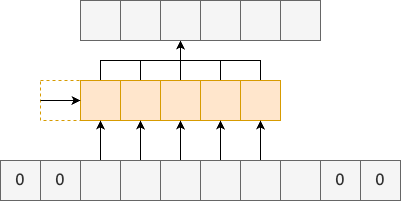
This is figure/sec3/conv2.drawio.png from kyushusouth/master_thesis, a draw.io export, as it was before one commit. Source tidied: cells renumbered, new cells last; positions are measured from the earlier drawing's top-left corner, leaving out a move shared by most shapes. Source of this version:
```xml
<mxGraphModel>
  <root>
    <mxCell id="0" />
    <mxCell id="1" parent="0" />
    <mxCell id="2" style="edgeStyle=orthogonalEdgeStyle;rounded=0;jettySize=auto;html=1;exitX=0.5;exitY=0;exitDx=0;exitDy=0;entryX=0.5;entryY=1;entryDx=0;entryDy=0;" parent="1" edge="1" source="3" target="14">
      <mxGeometry relative="1" as="geometry" />
    </mxCell>
    <mxCell id="3" style="whiteSpace=wrap;html=1;fillColor=#ffe6cc;strokeColor=#d79b00;" parent="1" vertex="1">
      <mxGeometry x="80" y="80" width="40" height="40" as="geometry" />
    </mxCell>
    <mxCell id="4" style="edgeStyle=orthogonalEdgeStyle;rounded=0;jettySize=auto;html=1;exitX=0.5;exitY=0;exitDx=0;exitDy=0;entryX=0.5;entryY=1;entryDx=0;entryDy=0;" parent="1" edge="1" source="5" target="14">
      <mxGeometry relative="1" as="geometry" />
    </mxCell>
    <mxCell id="5" style="whiteSpace=wrap;html=1;fillColor=#ffe6cc;strokeColor=#d79b00;" parent="1" vertex="1">
      <mxGeometry x="120" y="80" width="40" height="40" as="geometry" />
    </mxCell>
    <mxCell id="6" style="edgeStyle=orthogonalEdgeStyle;rounded=0;jettySize=auto;html=1;exitX=0.5;exitY=0;exitDx=0;exitDy=0;entryX=0.5;entryY=1;entryDx=0;entryDy=0;" parent="1" edge="1" source="7" target="14">
      <mxGeometry relative="1" as="geometry" />
    </mxCell>
    <mxCell id="7" style="whiteSpace=wrap;html=1;fillColor=#ffe6cc;strokeColor=#d79b00;" parent="1" vertex="1">
      <mxGeometry x="160" y="80" width="40" height="40" as="geometry" />
    </mxCell>
    <mxCell id="8" style="edgeStyle=orthogonalEdgeStyle;rounded=0;jettySize=auto;html=1;exitX=0.5;exitY=0;exitDx=0;exitDy=0;entryX=0.5;entryY=1;entryDx=0;entryDy=0;" parent="1" edge="1" source="9" target="14">
      <mxGeometry relative="1" as="geometry" />
    </mxCell>
    <mxCell id="9" style="whiteSpace=wrap;html=1;fillColor=#ffe6cc;strokeColor=#d79b00;" parent="1" vertex="1">
      <mxGeometry x="200" y="80" width="40" height="40" as="geometry" />
    </mxCell>
    <mxCell id="10" style="edgeStyle=orthogonalEdgeStyle;rounded=0;jettySize=auto;html=1;exitX=0.5;exitY=0;exitDx=0;exitDy=0;entryX=0.5;entryY=1;entryDx=0;entryDy=0;" parent="1" edge="1" source="11" target="14">
      <mxGeometry relative="1" as="geometry" />
    </mxCell>
    <mxCell id="11" style="whiteSpace=wrap;html=1;fillColor=#ffe6cc;strokeColor=#d79b00;" parent="1" vertex="1">
      <mxGeometry x="240" y="80" width="40" height="40" as="geometry" />
    </mxCell>
    <mxCell id="12" style="whiteSpace=wrap;html=1;fillColor=#f5f5f5;fontColor=#333333;strokeColor=#666666;" parent="1" vertex="1">
      <mxGeometry x="80" width="40" height="40" as="geometry" />
    </mxCell>
    <mxCell id="13" style="whiteSpace=wrap;html=1;fillColor=#f5f5f5;fontColor=#333333;strokeColor=#666666;" parent="1" vertex="1">
      <mxGeometry x="120" width="40" height="40" as="geometry" />
    </mxCell>
    <mxCell id="14" style="whiteSpace=wrap;html=1;fillColor=#f5f5f5;fontColor=#333333;strokeColor=#666666;" parent="1" vertex="1">
      <mxGeometry x="160" width="40" height="40" as="geometry" />
    </mxCell>
    <mxCell id="15" style="whiteSpace=wrap;html=1;fillColor=#f5f5f5;fontColor=#333333;strokeColor=#666666;" parent="1" vertex="1">
      <mxGeometry x="200" width="40" height="40" as="geometry" />
    </mxCell>
    <mxCell id="16" style="whiteSpace=wrap;html=1;fillColor=#f5f5f5;fontColor=#333333;strokeColor=#666666;" parent="1" vertex="1">
      <mxGeometry x="240" width="40" height="40" as="geometry" />
    </mxCell>
    <mxCell id="17" style="whiteSpace=wrap;html=1;fillColor=#f5f5f5;fontColor=#333333;strokeColor=#666666;" parent="1" vertex="1">
      <mxGeometry x="280" width="40" height="40" as="geometry" />
    </mxCell>
    <mxCell id="18" style="edgeStyle=orthogonalEdgeStyle;rounded=0;jettySize=auto;html=1;exitX=0.5;exitY=0;exitDx=0;exitDy=0;entryX=0.5;entryY=1;entryDx=0;entryDy=0;" parent="1" edge="1" source="19" target="3">
      <mxGeometry relative="1" as="geometry" />
    </mxCell>
    <mxCell id="19" style="whiteSpace=wrap;html=1;fillColor=#f5f5f5;fontColor=#333333;strokeColor=#666666;" parent="1" vertex="1">
      <mxGeometry x="80" y="160" width="40" height="40" as="geometry" />
    </mxCell>
    <mxCell id="20" style="edgeStyle=orthogonalEdgeStyle;rounded=0;jettySize=auto;html=1;exitX=0.5;exitY=0;exitDx=0;exitDy=0;entryX=0.5;entryY=1;entryDx=0;entryDy=0;" parent="1" edge="1" source="21" target="5">
      <mxGeometry relative="1" as="geometry" />
    </mxCell>
    <mxCell id="21" style="whiteSpace=wrap;html=1;fillColor=#f5f5f5;fontColor=#333333;strokeColor=#666666;" parent="1" vertex="1">
      <mxGeometry x="120" y="160" width="40" height="40" as="geometry" />
    </mxCell>
    <mxCell id="22" style="edgeStyle=orthogonalEdgeStyle;rounded=0;jettySize=auto;html=1;exitX=0.5;exitY=0;exitDx=0;exitDy=0;entryX=0.5;entryY=1;entryDx=0;entryDy=0;" parent="1" edge="1" source="23" target="7">
      <mxGeometry relative="1" as="geometry" />
    </mxCell>
    <mxCell id="23" style="whiteSpace=wrap;html=1;fillColor=#f5f5f5;fontColor=#333333;strokeColor=#666666;" parent="1" vertex="1">
      <mxGeometry x="160" y="160" width="40" height="40" as="geometry" />
    </mxCell>
    <mxCell id="24" style="edgeStyle=orthogonalEdgeStyle;rounded=0;jettySize=auto;html=1;exitX=0.5;exitY=0;exitDx=0;exitDy=0;entryX=0.5;entryY=1;entryDx=0;entryDy=0;" parent="1" edge="1" source="25" target="9">
      <mxGeometry relative="1" as="geometry" />
    </mxCell>
    <mxCell id="25" style="whiteSpace=wrap;html=1;fillColor=#f5f5f5;fontColor=#333333;strokeColor=#666666;" parent="1" vertex="1">
      <mxGeometry x="200" y="160" width="40" height="40" as="geometry" />
    </mxCell>
    <mxCell id="26" style="edgeStyle=orthogonalEdgeStyle;rounded=0;jettySize=auto;html=1;exitX=0.5;exitY=0;exitDx=0;exitDy=0;entryX=0.5;entryY=1;entryDx=0;entryDy=0;" parent="1" edge="1" source="27" target="11">
      <mxGeometry relative="1" as="geometry" />
    </mxCell>
    <mxCell id="27" style="whiteSpace=wrap;html=1;fillColor=#f5f5f5;fontColor=#333333;strokeColor=#666666;" parent="1" vertex="1">
      <mxGeometry x="240" y="160" width="40" height="40" as="geometry" />
    </mxCell>
    <mxCell id="28" style="whiteSpace=wrap;html=1;fillColor=#f5f5f5;fontColor=#333333;strokeColor=#666666;" parent="1" vertex="1">
      <mxGeometry x="280" y="160" width="40" height="40" as="geometry" />
    </mxCell>
    <mxCell id="29" value="0" style="whiteSpace=wrap;html=1;fillColor=#f5f5f5;fontColor=#333333;strokeColor=#666666;fontSize=16;" parent="1" vertex="1">
      <mxGeometry x="40" y="160" width="40" height="40" as="geometry" />
    </mxCell>
    <mxCell id="30" value="0" style="whiteSpace=wrap;html=1;fillColor=#f5f5f5;fontColor=#333333;strokeColor=#666666;fontSize=16;" parent="1" vertex="1">
      <mxGeometry y="160" width="40" height="40" as="geometry" />
    </mxCell>
    <mxCell id="31" value="0" style="whiteSpace=wrap;html=1;fillColor=#f5f5f5;fontColor=#333333;strokeColor=#666666;fontSize=16;" parent="1" vertex="1">
      <mxGeometry x="360" y="160" width="40" height="40" as="geometry" />
    </mxCell>
    <mxCell id="32" value="0" style="whiteSpace=wrap;html=1;fillColor=#f5f5f5;fontColor=#333333;strokeColor=#666666;fontSize=16;" parent="1" vertex="1">
      <mxGeometry x="320" y="160" width="40" height="40" as="geometry" />
    </mxCell>
    <mxCell id="33" style="whiteSpace=wrap;html=1;dashed=1;fillColor=none;strokeColor=#d79b00;" parent="1" vertex="1">
      <mxGeometry x="40" y="80" width="40" height="40" as="geometry" />
    </mxCell>
    <mxCell id="34" style="endArrow=classic;html=1;rounded=0;exitX=0;exitY=0.5;exitDx=0;exitDy=0;entryX=0;entryY=0.5;entryDx=0;entryDy=0;" parent="1" edge="1" source="33">
      <mxGeometry relative="1" as="geometry">
        <mxPoint x="80" y="100" as="targetPoint" />
      </mxGeometry>
    </mxCell>
  </root>
</mxGraphModel>
```
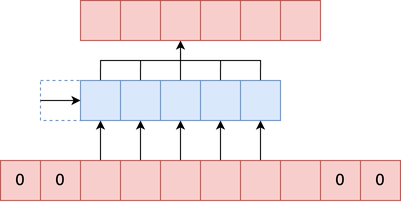
The same diagram one commit later.

What changed in the source:
```diff
@@ -5,97 +5,97 @@
     <mxCell id="2" style="edgeStyle=orthogonalEdgeStyle;rounded=0;jettySize=auto;html=1;exitX=0.5;exitY=0;exitDx=0;exitDy=0;entryX=0.5;entryY=1;entryDx=0;entryDy=0;" parent="1" edge="1" source="3" target="14">
       <mxGeometry relative="1" as="geometry" />
     </mxCell>
-    <mxCell id="3" style="whiteSpace=wrap;html=1;fillColor=#ffe6cc;strokeColor=#d79b00;" parent="1" vertex="1">
+    <mxCell id="3" style="whiteSpace=wrap;html=1;fillColor=#dae8fc;strokeColor=#6c8ebf;" parent="1" vertex="1">
       <mxGeometry x="80" y="80" width="40" height="40" as="geometry" />
     </mxCell>
     <mxCell id="4" style="edgeStyle=orthogonalEdgeStyle;rounded=0;jettySize=auto;html=1;exitX=0.5;exitY=0;exitDx=0;exitDy=0;entryX=0.5;entryY=1;entryDx=0;entryDy=0;" parent="1" edge="1" source="5" target="14">
       <mxGeometry relative="1" as="geometry" />
     </mxCell>
-    <mxCell id="5" style="whiteSpace=wrap;html=1;fillColor=#ffe6cc;strokeColor=#d79b00;" parent="1" vertex="1">
+    <mxCell id="5" style="whiteSpace=wrap;html=1;fillColor=#dae8fc;strokeColor=#6c8ebf;" parent="1" vertex="1">
       <mxGeometry x="120" y="80" width="40" height="40" as="geometry" />
     </mxCell>
     <mxCell id="6" style="edgeStyle=orthogonalEdgeStyle;rounded=0;jettySize=auto;html=1;exitX=0.5;exitY=0;exitDx=0;exitDy=0;entryX=0.5;entryY=1;entryDx=0;entryDy=0;" parent="1" edge="1" source="7" target="14">
       <mxGeometry relative="1" as="geometry" />
     </mxCell>
-    <mxCell id="7" style="whiteSpace=wrap;html=1;fillColor=#ffe6cc;strokeColor=#d79b00;" parent="1" vertex="1">
+    <mxCell id="7" style="whiteSpace=wrap;html=1;fillColor=#dae8fc;strokeColor=#6c8ebf;" parent="1" vertex="1">
       <mxGeometry x="160" y="80" width="40" height="40" as="geometry" />
     </mxCell>
     <mxCell id="8" style="edgeStyle=orthogonalEdgeStyle;rounded=0;jettySize=auto;html=1;exitX=0.5;exitY=0;exitDx=0;exitDy=0;entryX=0.5;entryY=1;entryDx=0;entryDy=0;" parent="1" edge="1" source="9" target="14">
       <mxGeometry relative="1" as="geometry" />
     </mxCell>
-    <mxCell id="9" style="whiteSpace=wrap;html=1;fillColor=#ffe6cc;strokeColor=#d79b00;" parent="1" vertex="1">
+    <mxCell id="9" style="whiteSpace=wrap;html=1;fillColor=#dae8fc;strokeColor=#6c8ebf;" parent="1" vertex="1">
       <mxGeometry x="200" y="80" width="40" height="40" as="geometry" />
     </mxCell>
     <mxCell id="10" style="edgeStyle=orthogonalEdgeStyle;rounded=0;jettySize=auto;html=1;exitX=0.5;exitY=0;exitDx=0;exitDy=0;entryX=0.5;entryY=1;entryDx=0;entryDy=0;" parent="1" edge="1" source="11" target="14">
       <mxGeometry relative="1" as="geometry" />
     </mxCell>
-    <mxCell id="11" style="whiteSpace=wrap;html=1;fillColor=#ffe6cc;strokeColor=#d79b00;" parent="1" vertex="1">
+    <mxCell id="11" style="whiteSpace=wrap;html=1;fillColor=#dae8fc;strokeColor=#6c8ebf;" parent="1" vertex="1">
       <mxGeometry x="240" y="80" width="40" height="40" as="geometry" />
     </mxCell>
-    <mxCell id="12" style="whiteSpace=wrap;html=1;fillColor=#f5f5f5;fontColor=#333333;strokeColor=#666666;" parent="1" vertex="1">
+    <mxCell id="12" style="whiteSpace=wrap;html=1;fillColor=#f8cecc;strokeColor=#b85450;" parent="1" vertex="1">
       <mxGeometry x="80" width="40" height="40" as="geometry" />
     </mxCell>
-    <mxCell id="13" style="whiteSpace=wrap;html=1;fillColor=#f5f5f5;fontColor=#333333;strokeColor=#666666;" parent="1" vertex="1">
+    <mxCell id="13" style="whiteSpace=wrap;html=1;fillColor=#f8cecc;strokeColor=#b85450;" parent="1" vertex="1">
       <mxGeometry x="120" width="40" height="40" as="geometry" />
     </mxCell>
-    <mxCell id="14" style="whiteSpace=wrap;html=1;fillColor=#f5f5f5;fontColor=#333333;strokeColor=#666666;" parent="1" vertex="1">
+    <mxCell id="14" style="whiteSpace=wrap;html=1;fillColor=#f8cecc;strokeColor=#b85450;" parent="1" vertex="1">
       <mxGeometry x="160" width="40" height="40" as="geometry" />
     </mxCell>
-    <mxCell id="15" style="whiteSpace=wrap;html=1;fillColor=#f5f5f5;fontColor=#333333;strokeColor=#666666;" parent="1" vertex="1">
+    <mxCell id="15" style="whiteSpace=wrap;html=1;fillColor=#f8cecc;strokeColor=#b85450;" parent="1" vertex="1">
       <mxGeometry x="200" width="40" height="40" as="geometry" />
     </mxCell>
-    <mxCell id="16" style="whiteSpace=wrap;html=1;fillColor=#f5f5f5;fontColor=#333333;strokeColor=#666666;" parent="1" vertex="1">
+    <mxCell id="16" style="whiteSpace=wrap;html=1;fillColor=#f8cecc;strokeColor=#b85450;" parent="1" vertex="1">
       <mxGeometry x="240" width="40" height="40" as="geometry" />
     </mxCell>
-    <mxCell id="17" style="whiteSpace=wrap;html=1;fillColor=#f5f5f5;fontColor=#333333;strokeColor=#666666;" parent="1" vertex="1">
+    <mxCell id="17" style="whiteSpace=wrap;html=1;fillColor=#f8cecc;strokeColor=#b85450;" parent="1" vertex="1">
       <mxGeometry x="280" width="40" height="40" as="geometry" />
     </mxCell>
     <mxCell id="18" style="edgeStyle=orthogonalEdgeStyle;rounded=0;jettySize=auto;html=1;exitX=0.5;exitY=0;exitDx=0;exitDy=0;entryX=0.5;entryY=1;entryDx=0;entryDy=0;" parent="1" edge="1" source="19" target="3">
       <mxGeometry relative="1" as="geometry" />
     </mxCell>
-    <mxCell id="19" style="whiteSpace=wrap;html=1;fillColor=#f5f5f5;fontColor=#333333;strokeColor=#666666;" parent="1" vertex="1">
+    <mxCell id="19" style="whiteSpace=wrap;html=1;fillColor=#f8cecc;strokeColor=#b85450;" parent="1" vertex="1">
       <mxGeometry x="80" y="160" width="40" height="40" as="geometry" />
     </mxCell>
     <mxCell id="20" style="edgeStyle=orthogonalEdgeStyle;rounded=0;jettySize=auto;html=1;exitX=0.5;exitY=0;exitDx=0;exitDy=0;entryX=0.5;entryY=1;entryDx=0;entryDy=0;" parent="1" edge="1" source="21" target="5">
       <mxGeometry relative="1" as="geometry" />
     </mxCell>
-    <mxCell id="21" style="whiteSpace=wrap;html=1;fillColor=#f5f5f5;fontColor=#333333;strokeColor=#666666;" parent="1" vertex="1">
+    <mxCell id="21" style="whiteSpace=wrap;html=1;fillColor=#f8cecc;strokeColor=#b85450;" parent="1" vertex="1">
       <mxGeometry x="120" y="160" width="40" height="40" as="geometry" />
     </mxCell>
     <mxCell id="22" style="edgeStyle=orthogonalEdgeStyle;rounded=0;jettySize=auto;html=1;exitX=0.5;exitY=0;exitDx=0;exitDy=0;entryX=0.5;entryY=1;entryDx=0;entryDy=0;" parent="1" edge="1" source="23" target="7">
       <mxGeometry relative="1" as="geometry" />
     </mxCell>
-    <mxCell id="23" style="whiteSpace=wrap;html=1;fillColor=#f5f5f5;fontColor=#333333;strokeColor=#666666;" parent="1" vertex="1">
+    <mxCell id="23" style="whiteSpace=wrap;html=1;fillColor=#f8cecc;strokeColor=#b85450;" parent="1" vertex="1">
       <mxGeometry x="160" y="160" width="40" height="40" as="geometry" />
     </mxCell>
     <mxCell id="24" style="edgeStyle=orthogonalEdgeStyle;rounded=0;jettySize=auto;html=1;exitX=0.5;exitY=0;exitDx=0;exitDy=0;entryX=0.5;entryY=1;entryDx=0;entryDy=0;" parent="1" edge="1" source="25" target="9">
       <mxGeometry relative="1" as="geometry" />
     </mxCell>
-    <mxCell id="25" style="whiteSpace=wrap;html=1;fillColor=#f5f5f5;fontColor=#333333;strokeColor=#666666;" parent="1" vertex="1">
+    <mxCell id="25" style="whiteSpace=wrap;html=1;fillColor=#f8cecc;strokeColor=#b85450;" parent="1" vertex="1">
       <mxGeometry x="200" y="160" width="40" height="40" as="geometry" />
     </mxCell>
     <mxCell id="26" style="edgeStyle=orthogonalEdgeStyle;rounded=0;jettySize=auto;html=1;exitX=0.5;exitY=0;exitDx=0;exitDy=0;entryX=0.5;entryY=1;entryDx=0;entryDy=0;" parent="1" edge="1" source="27" target="11">
       <mxGeometry relative="1" as="geometry" />
     </mxCell>
-    <mxCell id="27" style="whiteSpace=wrap;html=1;fillColor=#f5f5f5;fontColor=#333333;strokeColor=#666666;" parent="1" vertex="1">
+    <mxCell id="27" style="whiteSpace=wrap;html=1;fillColor=#f8cecc;strokeColor=#b85450;" parent="1" vertex="1">
       <mxGeometry x="240" y="160" width="40" height="40" as="geometry" />
     </mxCell>
-    <mxCell id="28" style="whiteSpace=wrap;html=1;fillColor=#f5f5f5;fontColor=#333333;strokeColor=#666666;" parent="1" vertex="1">
+    <mxCell id="28" style="whiteSpace=wrap;html=1;fillColor=#f8cecc;strokeColor=#b85450;" parent="1" vertex="1">
       <mxGeometry x="280" y="160" width="40" height="40" as="geometry" />
     </mxCell>
-    <mxCell id="29" value="0" style="whiteSpace=wrap;html=1;fillColor=#f5f5f5;fontColor=#333333;strokeColor=#666666;fontSize=16;" parent="1" vertex="1">
+    <mxCell id="29" value="0" style="whiteSpace=wrap;html=1;fillColor=#f8cecc;strokeColor=#b85450;fontSize=16;" parent="1" vertex="1">
       <mxGeometry x="40" y="160" width="40" height="40" as="geometry" />
     </mxCell>
-    <mxCell id="30" value="0" style="whiteSpace=wrap;html=1;fillColor=#f5f5f5;fontColor=#333333;strokeColor=#666666;fontSize=16;" parent="1" vertex="1">
+    <mxCell id="30" value="0" style="whiteSpace=wrap;html=1;fillColor=#f8cecc;strokeColor=#b85450;fontSize=16;" parent="1" vertex="1">
       <mxGeometry y="160" width="40" height="40" as="geometry" />
     </mxCell>
-    <mxCell id="31" value="0" style="whiteSpace=wrap;html=1;fillColor=#f5f5f5;fontColor=#333333;strokeColor=#666666;fontSize=16;" parent="1" vertex="1">
+    <mxCell id="31" value="0" style="whiteSpace=wrap;html=1;fillColor=#f8cecc;strokeColor=#b85450;fontSize=16;" parent="1" vertex="1">
       <mxGeometry x="360" y="160" width="40" height="40" as="geometry" />
     </mxCell>
-    <mxCell id="32" value="0" style="whiteSpace=wrap;html=1;fillColor=#f5f5f5;fontColor=#333333;strokeColor=#666666;fontSize=16;" parent="1" vertex="1">
+    <mxCell id="32" value="0" style="whiteSpace=wrap;html=1;fillColor=#f8cecc;strokeColor=#b85450;fontSize=16;" parent="1" vertex="1">
       <mxGeometry x="320" y="160" width="40" height="40" as="geometry" />
     </mxCell>
-    <mxCell id="33" style="whiteSpace=wrap;html=1;dashed=1;fillColor=none;strokeColor=#d79b00;" parent="1" vertex="1">
+    <mxCell id="33" style="whiteSpace=wrap;html=1;dashed=1;fillColor=none;strokeColor=#6c8ebf;" parent="1" vertex="1">
       <mxGeometry x="40" y="80" width="40" height="40" as="geometry" />
     </mxCell>
     <mxCell id="34" style="endArrow=classic;html=1;rounded=0;exitX=0;exitY=0.5;exitDx=0;exitDy=0;entryX=0;entryY=0.5;entryDx=0;entryDy=0;" parent="1" edge="1" source="33">
```
